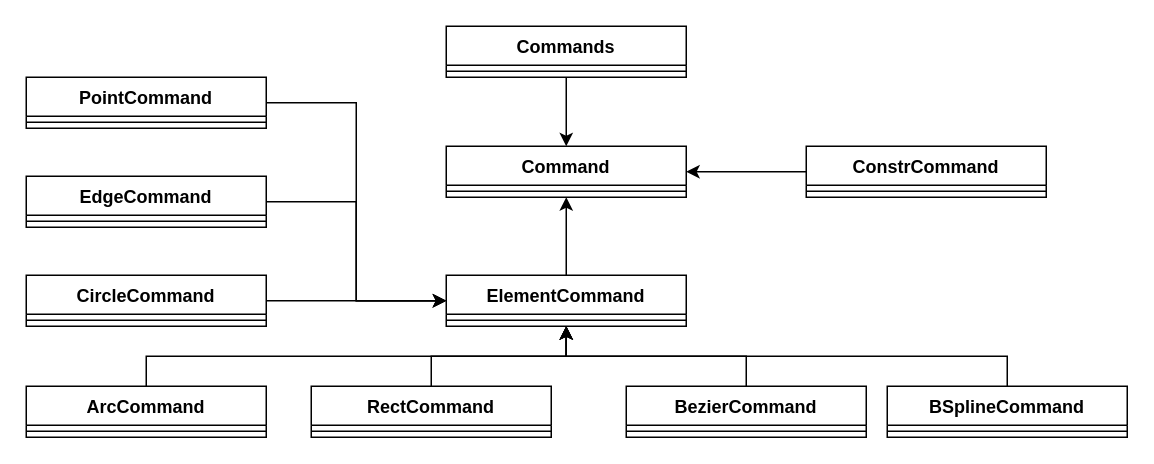
Before: 草图命令类.drawio in liuhuliuhu123/First-test, a draw.io diagram. Source tidied: cells renumbered, new cells numbered last; positions are measured from the earlier drawing's top-left corner, leaving out a move shared by most shapes. Both pictures are drawn from the tidied source at 150%, with x=0, y=0 at pixel (26, 26).
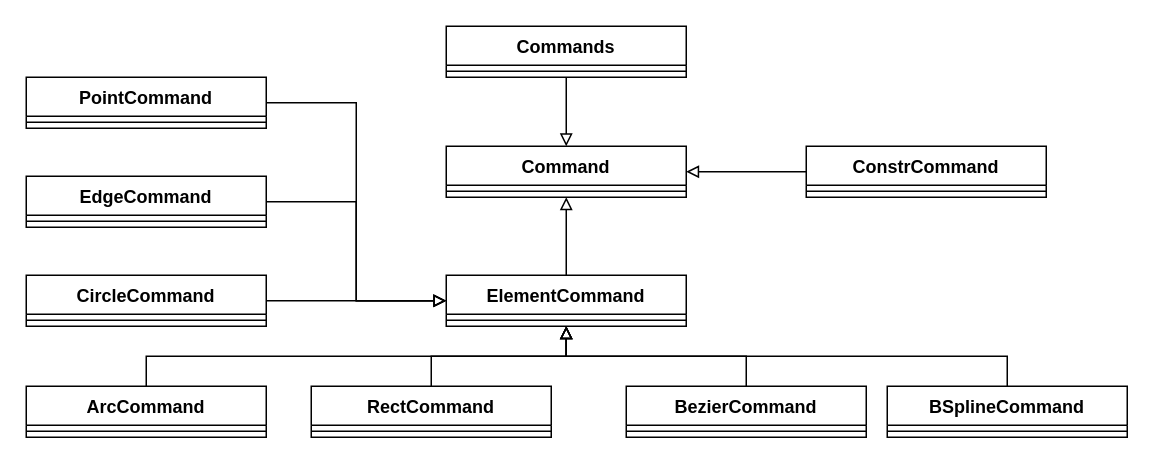
Above is the later version.

Commit message:
更新草图命令类.drawio

The change refers to these unchanged cells:
```xml
<mxCell id="2" value="Command" style="swimlane;fontStyle=1;align=center;verticalAlign=top;horizontal=1;startSize=26;whiteSpace=wrap;html=1;" parent="1" vertex="1">
  <mxGeometry x="280" y="80" width="160" height="34" as="geometry" />
</mxCell>
<mxCell id="5" value="ArcCommand" style="swimlane;fontStyle=1;align=center;verticalAlign=top;horizontal=1;startSize=26;whiteSpace=wrap;html=1;" parent="1" vertex="1">
  <mxGeometry y="240" width="160" height="34" as="geometry" />
</mxCell>
<mxCell id="8" value="RectCommand" style="swimlane;fontStyle=1;align=center;verticalAlign=top;horizontal=1;startSize=26;whiteSpace=wrap;html=1;" parent="1" vertex="1">
  <mxGeometry x="190" y="240" width="160" height="34" as="geometry" />
</mxCell>
<mxCell id="11" value="BezierCommand" style="swimlane;fontStyle=1;align=center;verticalAlign=top;horizontal=1;startSize=26;whiteSpace=wrap;html=1;" parent="1" vertex="1">
  <mxGeometry x="400" y="240" width="160" height="34" as="geometry" />
</mxCell>
<mxCell id="14" value="Commands" style="swimlane;fontStyle=1;align=center;verticalAlign=top;horizontal=1;startSize=26;whiteSpace=wrap;html=1;" parent="1" vertex="1">
  <mxGeometry x="280" width="160" height="34" as="geometry" />
</mxCell>
<mxCell id="17" value="ConstrCommand" style="swimlane;fontStyle=1;align=center;verticalAlign=top;horizontal=1;startSize=26;whiteSpace=wrap;html=1;" parent="1" vertex="1">
  <mxGeometry x="520" y="80" width="160" height="34" as="geometry" />
</mxCell>
<mxCell id="20" value="ElementCommand" style="swimlane;fontStyle=1;align=center;verticalAlign=top;horizontal=1;startSize=26;whiteSpace=wrap;html=1;" parent="1" vertex="1">
  <mxGeometry x="280" y="166" width="160" height="34" as="geometry" />
</mxCell>
<mxCell id="23" value="EdgeCommand" style="swimlane;fontStyle=1;align=center;verticalAlign=top;horizontal=1;startSize=26;whiteSpace=wrap;html=1;" parent="1" vertex="1">
  <mxGeometry y="100" width="160" height="34" as="geometry" />
</mxCell>
<mxCell id="26" value="PointCommand" style="swimlane;fontStyle=1;align=center;verticalAlign=top;horizontal=1;startSize=26;whiteSpace=wrap;html=1;" parent="1" vertex="1">
  <mxGeometry y="34" width="160" height="34" as="geometry" />
</mxCell>
<mxCell id="29" value="BSplineCommand" style="swimlane;fontStyle=1;align=center;verticalAlign=top;horizontal=1;startSize=26;whiteSpace=wrap;html=1;" parent="1" vertex="1">
  <mxGeometry x="574" y="240" width="160" height="34" as="geometry" />
</mxCell>
<mxCell id="32" value="CircleCommand" style="swimlane;fontStyle=1;align=center;verticalAlign=top;horizontal=1;startSize=26;whiteSpace=wrap;html=1;" parent="1" vertex="1">
  <mxGeometry y="166" width="160" height="34" as="geometry" />
</mxCell>
```

The edit, as a diff of the source:
```diff
@@
-    <mxCell id="4" style="edgeStyle=orthogonalEdgeStyle;rounded=0;jettySize=auto;html=1;exitX=0.5;exitY=0;exitDx=0;exitDy=0;entryX=0.5;entryY=1;entryDx=0;entryDy=0;" parent="1" edge="1" source="5" target="20">
+    <mxCell id="4" style="edgeStyle=orthogonalEdgeStyle;rounded=0;jettySize=auto;html=1;exitX=0.5;exitY=0;exitDx=0;exitDy=0;entryX=0.5;entryY=1;entryDx=0;entryDy=0;endArrow=block;endFill=0;" parent="1" edge="1" source="5" target="20">
       <mxGeometry relative="1" as="geometry" />
     </mxCell>
@@
-    <mxCell id="7" style="edgeStyle=orthogonalEdgeStyle;rounded=0;jettySize=auto;html=1;entryX=0.5;entryY=1;entryDx=0;entryDy=0;" parent="1" edge="1" source="8" target="20">
+    <mxCell id="7" style="edgeStyle=orthogonalEdgeStyle;rounded=0;jettySize=auto;html=1;entryX=0.5;entryY=1;entryDx=0;entryDy=0;endArrow=block;endFill=0;" parent="1" edge="1" source="8" target="20">
       <mxGeometry relative="1" as="geometry">
         <Array as="points">
           <mxPoint x="270" y="220" />
           <mxPoint x="360" y="220" />
         </Array>
       </mxGeometry>
     </mxCell>
@@
-    <mxCell id="10" style="edgeStyle=orthogonalEdgeStyle;rounded=0;jettySize=auto;html=1;entryX=0.5;entryY=1;entryDx=0;entryDy=0;" parent="1" edge="1" source="11" target="20">
+    <mxCell id="10" style="edgeStyle=orthogonalEdgeStyle;rounded=0;jettySize=auto;html=1;entryX=0.5;entryY=1;entryDx=0;entryDy=0;endArrow=block;endFill=0;" parent="1" edge="1" source="11" target="20">
       <mxGeometry relative="1" as="geometry" />
     </mxCell>
@@
-    <mxCell id="13" style="edgeStyle=orthogonalEdgeStyle;rounded=0;jettySize=auto;html=1;exitX=0.5;exitY=1;exitDx=0;exitDy=0;entryX=0.5;entryY=0;entryDx=0;entryDy=0;" parent="1" edge="1" source="14" target="2">
+    <mxCell id="13" style="edgeStyle=orthogonalEdgeStyle;rounded=0;jettySize=auto;html=1;exitX=0.5;exitY=1;exitDx=0;exitDy=0;entryX=0.5;entryY=0;entryDx=0;entryDy=0;endArrow=block;endFill=0;" parent="1" edge="1" source="14" target="2">
       <mxGeometry relative="1" as="geometry" />
     </mxCell>
@@
-    <mxCell id="16" style="edgeStyle=orthogonalEdgeStyle;rounded=0;jettySize=auto;html=1;entryX=1;entryY=0.5;entryDx=0;entryDy=0;" parent="1" edge="1" source="17" target="2">
+    <mxCell id="16" style="edgeStyle=orthogonalEdgeStyle;rounded=0;jettySize=auto;html=1;entryX=1;entryY=0.5;entryDx=0;entryDy=0;endArrow=block;endFill=0;" parent="1" edge="1" source="17" target="2">
       <mxGeometry relative="1" as="geometry" />
     </mxCell>
@@
-    <mxCell id="19" style="edgeStyle=orthogonalEdgeStyle;rounded=0;jettySize=auto;html=1;entryX=0.5;entryY=1;entryDx=0;entryDy=0;" parent="1" edge="1" source="20" target="2">
+    <mxCell id="19" style="edgeStyle=orthogonalEdgeStyle;rounded=0;jettySize=auto;html=1;entryX=0.5;entryY=1;entryDx=0;entryDy=0;endArrow=block;endFill=0;" parent="1" edge="1" source="20" target="2">
       <mxGeometry relative="1" as="geometry" />
     </mxCell>
@@
-    <mxCell id="22" style="edgeStyle=orthogonalEdgeStyle;rounded=0;jettySize=auto;html=1;entryX=0;entryY=0.5;entryDx=0;entryDy=0;" parent="1" edge="1" source="23" target="20">
+    <mxCell id="22" style="edgeStyle=orthogonalEdgeStyle;rounded=0;jettySize=auto;html=1;entryX=0;entryY=0.5;entryDx=0;entryDy=0;endArrow=block;endFill=0;" parent="1" edge="1" source="23" target="20">
       <mxGeometry relative="1" as="geometry" />
     </mxCell>
@@
-    <mxCell id="25" style="edgeStyle=orthogonalEdgeStyle;rounded=0;jettySize=auto;html=1;entryX=0;entryY=0.5;entryDx=0;entryDy=0;" parent="1" edge="1" source="26" target="20">
+    <mxCell id="25" style="edgeStyle=orthogonalEdgeStyle;rounded=0;jettySize=auto;html=1;entryX=0;entryY=0.5;entryDx=0;entryDy=0;endArrow=block;endFill=0;" parent="1" edge="1" source="26" target="20">
       <mxGeometry relative="1" as="geometry" />
     </mxCell>
@@
-    <mxCell id="28" style="edgeStyle=orthogonalEdgeStyle;rounded=0;jettySize=auto;html=1;exitX=0.5;exitY=0;exitDx=0;exitDy=0;entryX=0.5;entryY=1;entryDx=0;entryDy=0;" parent="1" edge="1" source="29" target="20">
+    <mxCell id="28" style="edgeStyle=orthogonalEdgeStyle;rounded=0;jettySize=auto;html=1;exitX=0.5;exitY=0;exitDx=0;exitDy=0;entryX=0.5;entryY=1;entryDx=0;entryDy=0;endArrow=block;endFill=0;" parent="1" edge="1" source="29" target="20">
       <mxGeometry relative="1" as="geometry" />
     </mxCell>
@@
-    <mxCell id="31" style="edgeStyle=orthogonalEdgeStyle;rounded=0;jettySize=auto;html=1;" parent="1" edge="1" source="32">
+    <mxCell id="31" style="edgeStyle=orthogonalEdgeStyle;rounded=0;jettySize=auto;html=1;endArrow=block;endFill=0;" parent="1" edge="1" source="32">
       <mxGeometry relative="1" as="geometry">
         <mxPoint x="280" y="183" as="targetPoint" />
       </mxGeometry>
     </mxCell>
```
